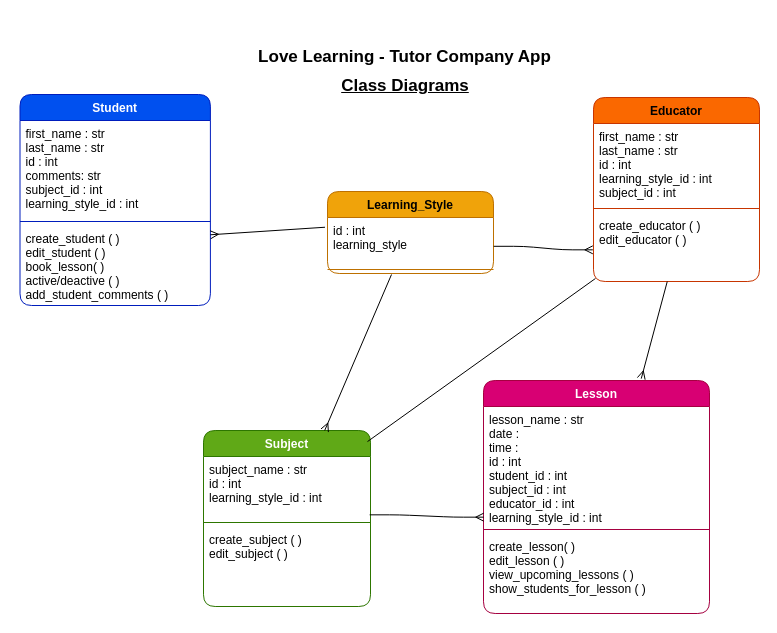
This is Planning/class_diagrams.drawio from SdcBartram/LoveLearning_Tutor_Company_Project, a draw.io file, before an edit. Source tidied: cells renumbered, new cells numbered last; positions are measured from the earlier drawing's top-left corner, leaving out a move shared by most shapes. Both pictures are drawn from the tidied source at 100%, with x=0, y=0 at pixel (20, 17).
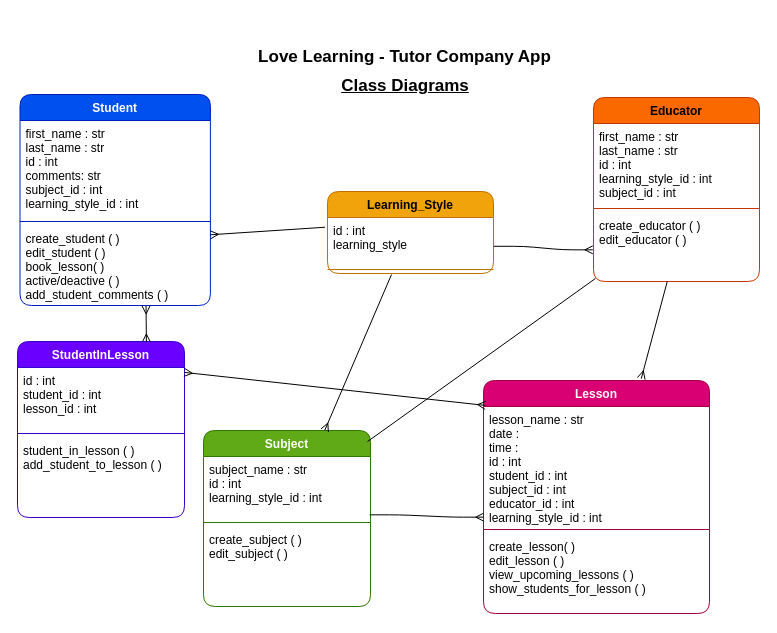
Above is the later version.

Unchanged cells that the change refers to:
```xml
<mxCell id="5" value="create_student ( )&#10;edit_student ( )&#10;book_lesson( )&#10;active/deactive ( )&#10;add_student_comments ( )&#10;" style="text;strokeColor=none;fillColor=none;align=left;verticalAlign=top;spacingLeft=4;spacingRight=4;overflow=hidden;points=[[0,0.5],[1,0.5]];portConstraint=eastwest;rounded=1;fontColor=#000000;" parent="2" vertex="1">
  <mxGeometry y="131" width="190.4" height="80" as="geometry" />
</mxCell>
<mxCell id="16" value="Lesson" style="swimlane;fontStyle=1;align=center;verticalAlign=top;horizontal=1;startSize=26;rounded=1;fontColor=#ffffff;fillColor=#d80073;strokeColor=#A50040;" parent="1" vertex="1">
  <mxGeometry x="463" y="363" width="226" height="233" as="geometry" />
</mxCell>
```

The edit, as a diff of the source:
```diff
@@
+    <mxCell id="29" value="StudentInLesson" style="swimlane;fontStyle=1;align=center;verticalAlign=top;horizontal=1;startSize=26;rounded=1;fontColor=#ffffff;fillColor=#6a00ff;strokeColor=#3700CC;" parent="1" vertex="1">
+      <mxGeometry x="-3" y="324" width="167" height="176" as="geometry" />
+    </mxCell>
+    <mxCell id="30" value="id : int&#10;student_id : int&#10;lesson_id : int&#10;" style="text;strokeColor=none;fillColor=none;align=left;verticalAlign=top;spacingLeft=4;spacingRight=4;overflow=hidden;points=[[0,0.5],[1,0.5]];portConstraint=eastwest;rounded=1;fontColor=#000000;" parent="29" vertex="1">
+      <mxGeometry y="26" width="167" height="62" as="geometry" />
+    </mxCell>
+    <mxCell id="31" style="line;strokeWidth=1;fillColor=none;align=left;verticalAlign=middle;spacingTop=-1;spacingLeft=3;spacingRight=3;labelPosition=right;strokeColor=inherit;rounded=1;fontColor=#000000;" parent="29" vertex="1">
+      <mxGeometry y="88" width="167" height="8" as="geometry" />
+    </mxCell>
+    <mxCell id="32" value="student_in_lesson ( )&#10;add_student_to_lesson ( )" style="text;strokeColor=none;fillColor=none;align=left;verticalAlign=top;spacingLeft=4;spacingRight=4;overflow=hidden;rounded=1;fontColor=#000000;" parent="29" vertex="1">
+      <mxGeometry y="96" width="167" height="80" as="geometry" />
+    </mxCell>
+    <mxCell id="33" style="html=1;fontSize=17;startArrow=ERmany;startFill=0;endArrow=ERmany;endFill=0;exitX=0.999;exitY=0.079;exitDx=0;exitDy=0;exitPerimeter=0;fontColor=#000000;strokeColor=#000000;entryX=0.009;entryY=0.107;entryDx=0;entryDy=0;entryPerimeter=0;" parent="1" edge="1" source="30" target="16">
+      <mxGeometry relative="1" as="geometry" />
+    </mxCell>
+    <mxCell id="34" style="html=1;fontSize=17;startArrow=ERmany;startFill=0;endArrow=ERmany;endFill=0;fontColor=#000000;strokeColor=#000000;exitX=0.772;exitY=0.003;exitDx=0;exitDy=0;exitPerimeter=0;entryX=0.662;entryY=1.005;entryDx=0;entryDy=0;entryPerimeter=0;" parent="1" edge="1" source="29" target="5">
+      <mxGeometry relative="1" as="geometry" />
+    </mxCell>
```
